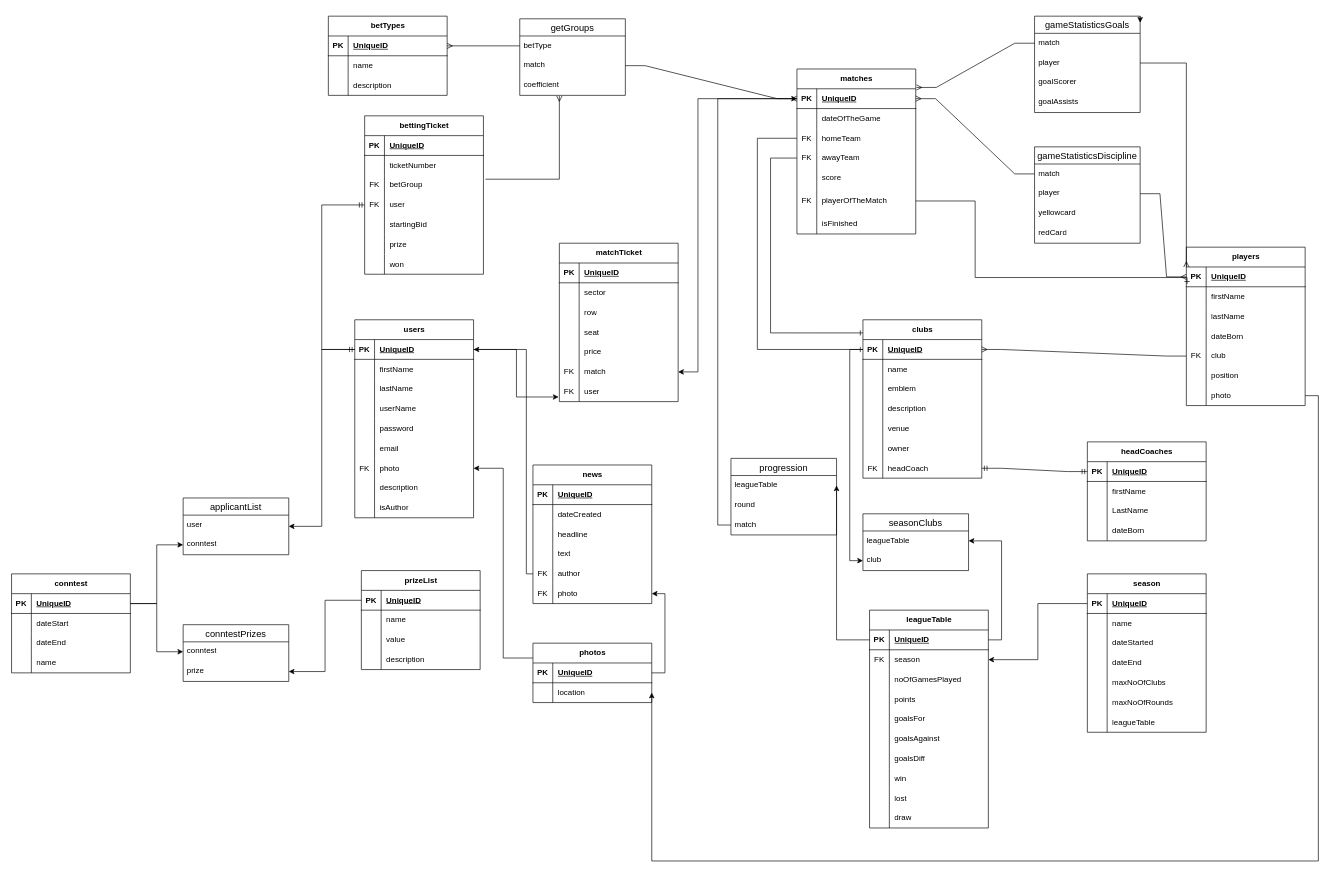
This is SQL_ERA_teško/diagrami/PremierLiga.drawio from Matija1988/EDUNOVA-homework, a draw.io file, before an edit. Source tidied: cells renumbered, new cells numbered last; positions are measured from the earlier drawing's top-left corner, leaving out a move shared by most shapes. Both pictures are drawn from the tidied source at 66%, with x=0, y=0 at pixel (11, 16).
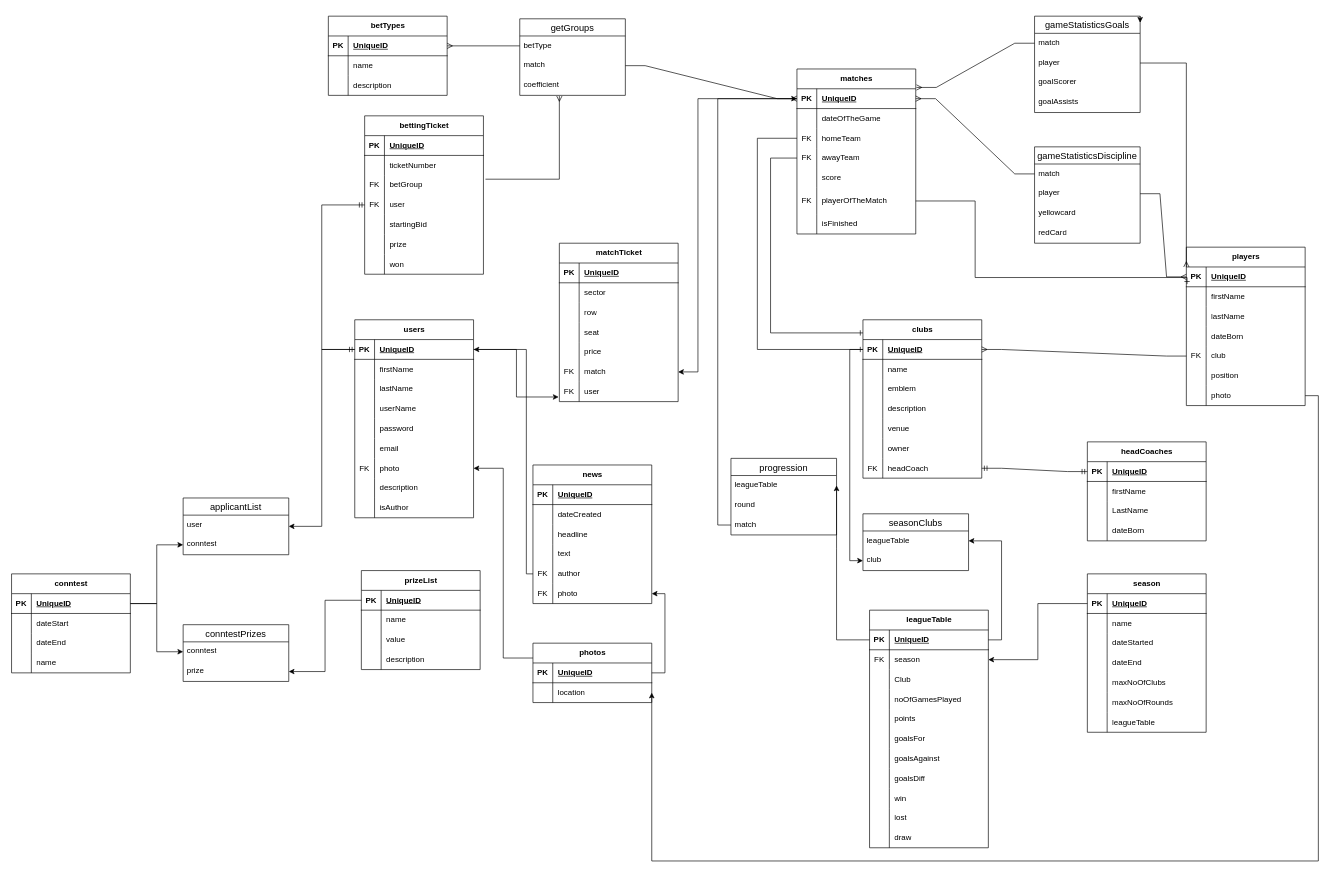
The same page after the edit.

The change refers to these unchanged cells:
```xml
<mxCell id="211" style="shape=tableRow;horizontal=0;startSize=0;swimlaneHead=0;swimlaneBody=0;fillColor=none;top=0;left=0;right=0;bottom=0;" parent="204" vertex="1">
  <mxGeometry y="90" width="180" height="30" as="geometry" />
</mxCell>
```

Change to the diagram source:
```diff
@@
     <mxCell id="204" value="leagueTable" style="shape=table;startSize=30;childLayout=tableLayout;rowLines=0;fontStyle=1;align=center;html=1;" parent="1" vertex="1">
-      <mxGeometry x="1300" y="900" width="180" height="330" as="geometry" />
+      <mxGeometry x="1300" y="900" width="180" height="360" as="geometry" />
     </mxCell>
@@
-    <mxCell id="213" value="noOfGamesPlayed" style="shape=partialRectangle;fillColor=none;top=0;left=0;bottom=0;right=0;align=left;spacingLeft=6;overflow=hidden;whiteSpace=wrap;html=1;" parent="211" vertex="1">
+    <mxCell id="213" value="Club" style="shape=partialRectangle;fillColor=none;top=0;left=0;bottom=0;right=0;align=left;spacingLeft=6;overflow=hidden;whiteSpace=wrap;html=1;" parent="211" vertex="1">
       <mxGeometry x="30" width="150" height="30" as="geometry" />
     </mxCell>
+    <mxCell id="324" style="shape=tableRow;horizontal=0;startSize=0;swimlaneHead=0;swimlaneBody=0;fillColor=none;top=0;left=0;right=0;bottom=0;" parent="204" vertex="1">
+      <mxGeometry y="120" width="180" height="30" as="geometry" />
+    </mxCell>
+    <mxCell id="325" style="shape=partialRectangle;fillColor=none;top=0;left=0;bottom=0;right=0;overflow=hidden;whiteSpace=wrap;html=1;" parent="324" vertex="1">
+      <mxGeometry width="30" height="30" as="geometry" />
+    </mxCell>
+    <mxCell id="326" value="noOfGamesPlayed" style="shape=partialRectangle;fillColor=none;top=0;left=0;bottom=0;right=0;align=left;spacingLeft=6;overflow=hidden;whiteSpace=wrap;html=1;" parent="324" vertex="1">
+      <mxGeometry x="30" width="150" height="30" as="geometry" />
+    </mxCell>
     <mxCell id="214" style="shape=tableRow;horizontal=0;startSize=0;swimlaneHead=0;swimlaneBody=0;fillColor=none;top=0;left=0;right=0;bottom=0;" parent="204" vertex="1">
-      <mxGeometry y="120" width="180" height="30" as="geometry" />
+      <mxGeometry y="150" width="180" height="30" as="geometry" />
     </mxCell>
@@
     <mxCell id="217" style="shape=tableRow;horizontal=0;startSize=0;swimlaneHead=0;swimlaneBody=0;fillColor=none;top=0;left=0;right=0;bottom=0;" parent="204" vertex="1">
-      <mxGeometry y="150" width="180" height="30" as="geometry" />
+      <mxGeometry y="180" width="180" height="30" as="geometry" />
     </mxCell>
@@
     <mxCell id="220" style="shape=tableRow;horizontal=0;startSize=0;swimlaneHead=0;swimlaneBody=0;fillColor=none;top=0;left=0;right=0;bottom=0;" parent="204" vertex="1">
-      <mxGeometry y="180" width="180" height="30" as="geometry" />
+      <mxGeometry y="210" width="180" height="30" as="geometry" />
     </mxCell>
@@
     <mxCell id="223" style="shape=tableRow;horizontal=0;startSize=0;swimlaneHead=0;swimlaneBody=0;fillColor=none;top=0;left=0;right=0;bottom=0;" parent="204" vertex="1">
-      <mxGeometry y="210" width="180" height="30" as="geometry" />
+      <mxGeometry y="240" width="180" height="30" as="geometry" />
     </mxCell>
@@
     <mxCell id="226" style="shape=tableRow;horizontal=0;startSize=0;swimlaneHead=0;swimlaneBody=0;fillColor=none;top=0;left=0;right=0;bottom=0;" parent="204" vertex="1">
-      <mxGeometry y="240" width="180" height="30" as="geometry" />
+      <mxGeometry y="270" width="180" height="30" as="geometry" />
     </mxCell>
@@
     <mxCell id="229" style="shape=tableRow;horizontal=0;startSize=0;swimlaneHead=0;swimlaneBody=0;fillColor=none;top=0;left=0;right=0;bottom=0;" parent="204" vertex="1">
-      <mxGeometry y="270" width="180" height="30" as="geometry" />
+      <mxGeometry y="300" width="180" height="30" as="geometry" />
     </mxCell>
@@
     <mxCell id="232" style="shape=tableRow;horizontal=0;startSize=0;swimlaneHead=0;swimlaneBody=0;fillColor=none;top=0;left=0;right=0;bottom=0;" parent="204" vertex="1">
-      <mxGeometry y="300" width="180" height="30" as="geometry" />
+      <mxGeometry y="330" width="180" height="30" as="geometry" />
     </mxCell>
```
